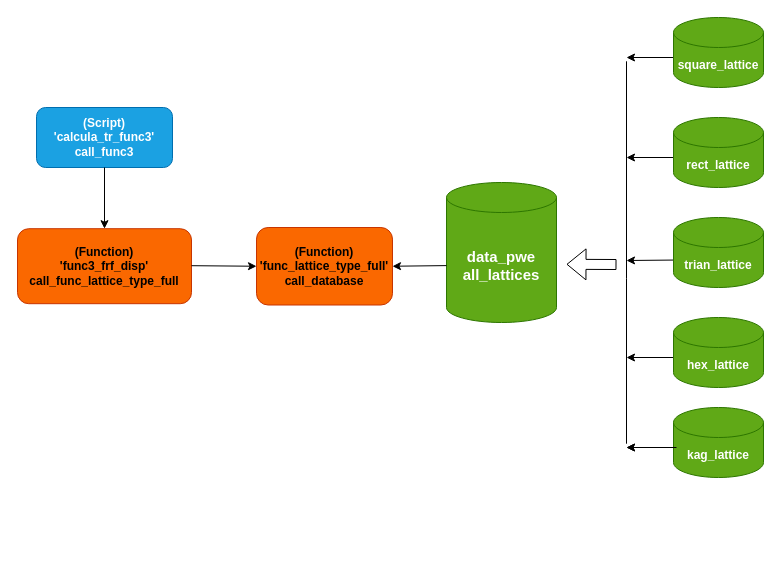
Earlier version of the draw.io diagram sec4_1_res1_Transmittance/fig1_pipeline_data.drawio (anderson-ferreira-83/Article_publish_comp_lattices_thin_plate_2023_anderson_83). Source tidied: cells renumbered, new cells numbered last; positions are measured from the earlier drawing's top-left corner, leaving out a move shared by most shapes. Both pictures are drawn from the tidied source at 100%, with x=0, y=0 at pixel (17, 17). Pictures stored in the file or linked from it are replaced by grey dashed boxes.
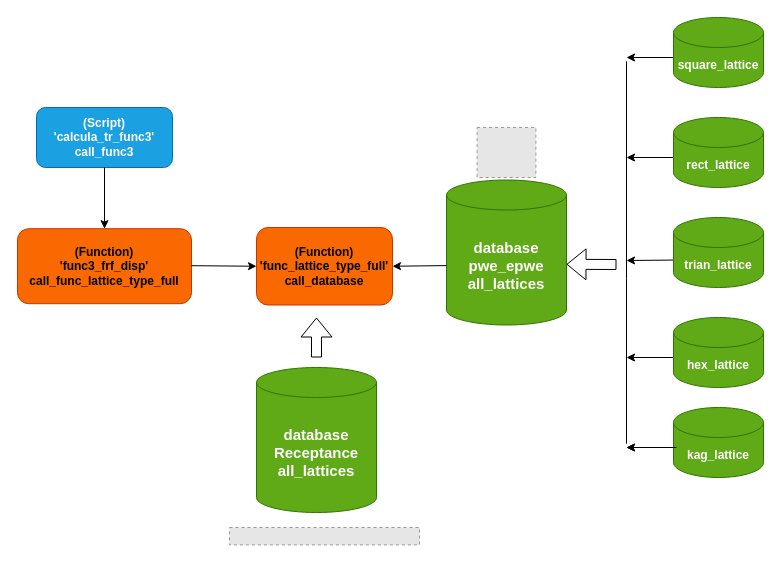
Above is the later version.

The edit, as a diff of the source:
```diff
@@
-    <mxCell id="6" value="&lt;b&gt;&lt;font style=&quot;font-size: 15px;&quot;&gt;data_pwe&lt;/font&gt;&lt;/b&gt;&lt;div&gt;&lt;b&gt;&lt;font style=&quot;font-size: 15px;&quot;&gt;all_lattices&lt;/font&gt;&lt;/b&gt;&lt;/div&gt;" style="shape=cylinder3;whiteSpace=wrap;html=1;boundedLbl=1;backgroundOutline=1;size=15;fillColor=#60a917;fontColor=#ffffff;strokeColor=#2D7600;" parent="1" vertex="1">
-      <mxGeometry x="429" y="165" width="110" height="140" as="geometry" />
+    <mxCell id="6" value="&lt;b&gt;&lt;font style=&quot;font-size: 15px;&quot;&gt;database&lt;/font&gt;&lt;/b&gt;&lt;div&gt;&lt;b&gt;&lt;font style=&quot;font-size: 15px;&quot;&gt;pwe_epwe&lt;/font&gt;&lt;/b&gt;&lt;div&gt;&lt;b&gt;&lt;font style=&quot;font-size: 15px;&quot;&gt;all_lattices&lt;/font&gt;&lt;/b&gt;&lt;/div&gt;&lt;/div&gt;" style="shape=cylinder3;whiteSpace=wrap;html=1;boundedLbl=1;backgroundOutline=1;size=15;fillColor=#60a917;fontColor=#ffffff;strokeColor=#2D7600;" parent="1" vertex="1">
+      <mxGeometry x="429" y="162.5" width="120" height="145" as="geometry" />
     </mxCell>
@@
+    <mxCell id="23" style="fillColor=#E6E6E6;strokeColor=#999999;dashed=1;verticalLabelPosition=bottom;labelBackgroundColor=default;verticalAlign=top;" parent="1" vertex="1">
+      <mxGeometry x="459.6" y="110" width="58.8" height="50" as="geometry" />
+    </mxCell>
+    <mxCell id="24" value="&lt;b&gt;&lt;font style=&quot;font-size: 15px;&quot;&gt;database&lt;/font&gt;&lt;/b&gt;&lt;div&gt;&lt;b&gt;&lt;font style=&quot;font-size: 15px;&quot;&gt;Receptance&lt;/font&gt;&lt;/b&gt;&lt;div&gt;&lt;b&gt;&lt;font style=&quot;font-size: 15px;&quot;&gt;all_lattices&lt;/font&gt;&lt;/b&gt;&lt;/div&gt;&lt;/div&gt;" style="shape=cylinder3;whiteSpace=wrap;html=1;boundedLbl=1;backgroundOutline=1;size=15;fillColor=#60a917;fontColor=#ffffff;strokeColor=#2D7600;" parent="1" vertex="1">
+      <mxGeometry x="239" y="350" width="120" height="145" as="geometry" />
+    </mxCell>
+    <mxCell id="25" style="fillColor=#E6E6E6;strokeColor=#999999;dashed=1;verticalLabelPosition=bottom;labelBackgroundColor=default;verticalAlign=top;" parent="1" vertex="1">
+      <mxGeometry x="212" y="510" width="190" height="17.4" as="geometry" />
+    </mxCell>
+    <mxCell id="26" style="shape=flexArrow;endArrow=classic;html=1;rounded=0;" parent="1" edge="1">
+      <mxGeometry relative="1" as="geometry">
+        <mxPoint x="299" y="340" as="sourcePoint" />
+        <mxPoint x="299" y="300" as="targetPoint" />
+      </mxGeometry>
+    </mxCell>
```
